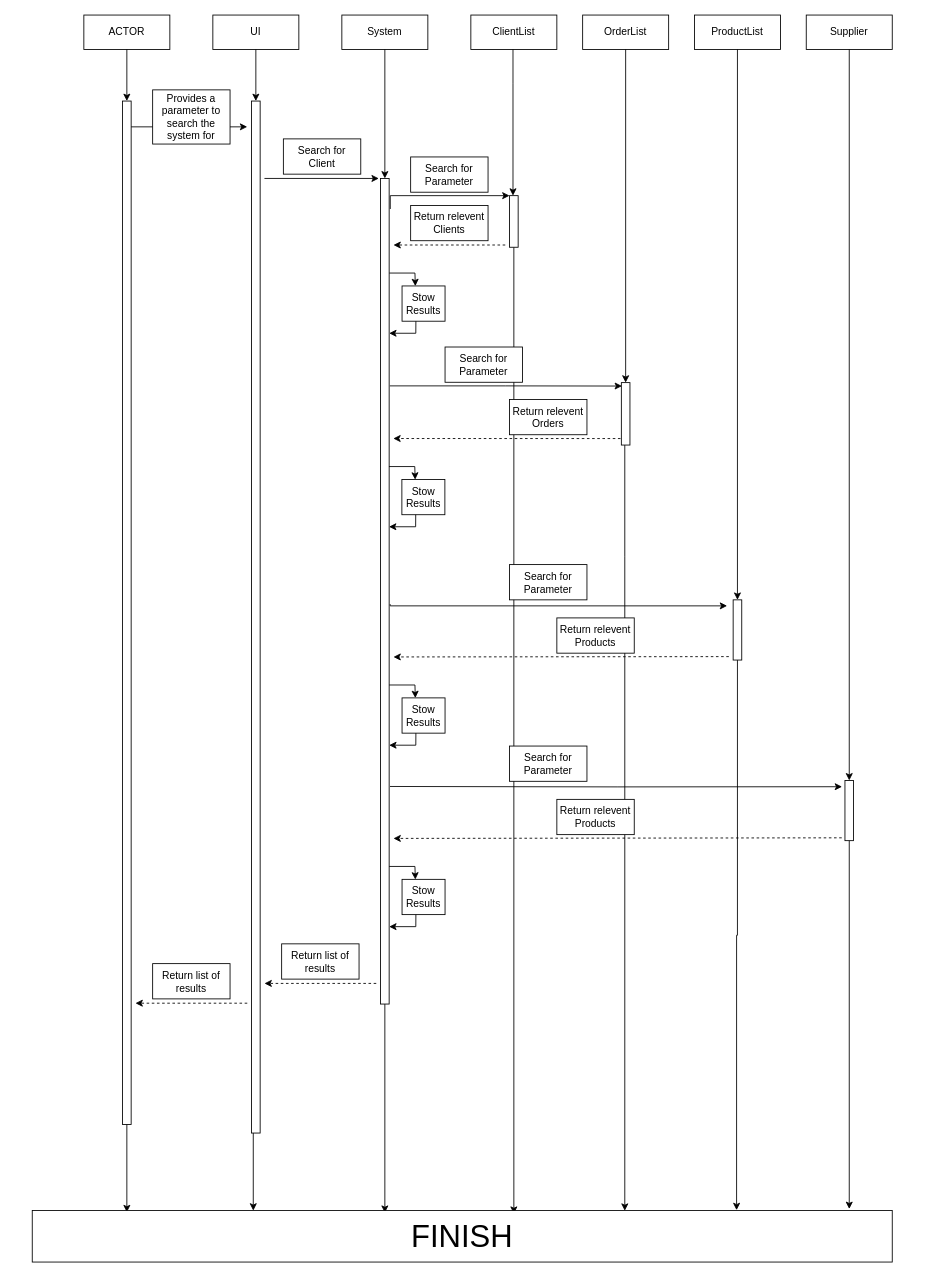
Earlier version of the draw.io diagram Homework/Hw2Feb18/Modify Holds Sequence Diagram.drawio (chrismd2/CSci-430-Group-11). Source tidied: cells renumbered, new cells numbered last; positions are measured from the earlier drawing's top-left corner, leaving out a move shared by most shapes. Both pictures are drawn from the tidied source at 86%, with x=0, y=0 at pixel (32, 15).
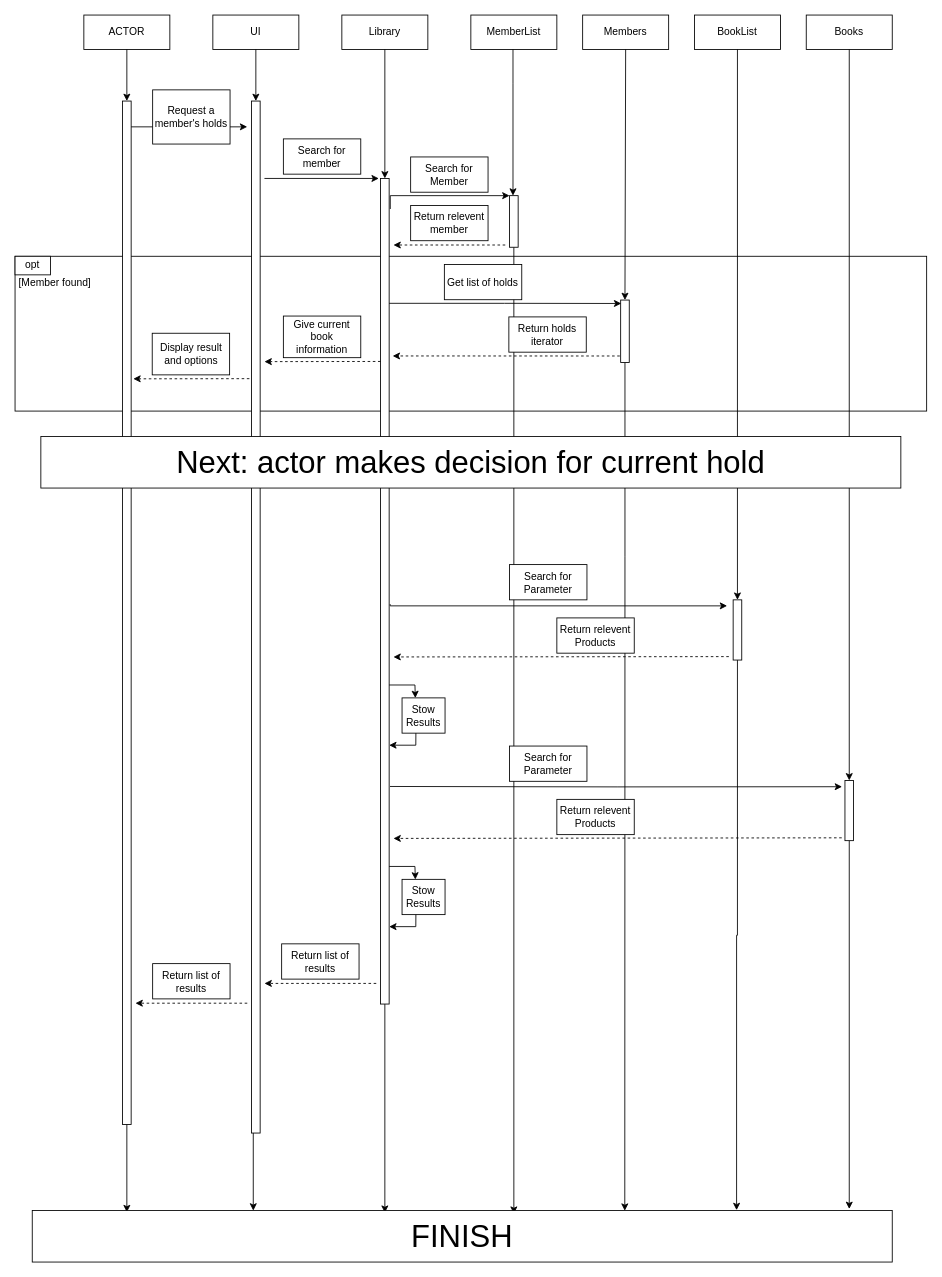
The same diagram, later.

Diff of the diagram source:
```diff
@@
+    <mxCell id="68" style="group;" parent="1" vertex="1">
+      <mxGeometry x="-20" y="280.5" width="1060" height="180" as="geometry" />
+    </mxCell>
+    <mxCell id="69" style="rounded=0;whiteSpace=wrap;html=1;fillColor=#ffffff;strokeColor=#000000;" parent="68" vertex="1">
+      <mxGeometry width="1060" height="180" as="geometry" />
+    </mxCell>
+    <mxCell id="70" value="opt" style="rounded=0;whiteSpace=wrap;html=1;" parent="68" vertex="1">
+      <mxGeometry width="41.2" height="21.6" as="geometry" />
+    </mxCell>
+    <mxCell id="71" value="[Member found]" style="text;html=1;strokeColor=none;fillColor=none;align=center;verticalAlign=middle;whiteSpace=wrap;rounded=0;" parent="68" vertex="1">
+      <mxGeometry y="21.6" width="92.6" height="20" as="geometry" />
+    </mxCell>
     <mxCell id="2" style="endArrow=classic;html=1;dashed=1;exitX=0.5;exitY=0.896;exitDx=0;exitDy=0;exitPerimeter=0;" parent="1" edge="1" source="31">
       <mxGeometry relative="1" as="geometry">
-        <mxPoint x="419.8" y="492.4" as="targetPoint" />
+        <mxPoint x="419.1" y="396.4" as="targetPoint" />
       </mxGeometry>
     </mxCell>
@@
-    <mxCell id="11" value="&lt;div&gt;System&lt;/div&gt;" style="rounded=0;whiteSpace=wrap;html=1;" parent="1" vertex="1">
+    <mxCell id="11" value="&lt;div&gt;Library&lt;/div&gt;" style="rounded=0;whiteSpace=wrap;html=1;" parent="1" vertex="1">
       <mxGeometry x="360" width="100" height="40" as="geometry" />
     </mxCell>
@@
-    <mxCell id="14" style="edgeStyle=none;rounded=0;jettySize=auto;html=1;entryX=0.309;entryY=0.005;entryDx=0;entryDy=0;entryPerimeter=0;" parent="1" edge="1" target="42">
-      <mxGeometry relative="1" as="geometry">
-        <mxPoint x="415" y="300" as="sourcePoint" />
-        <Array as="points">
-          <mxPoint x="445" y="300" />
-        </Array>
-      </mxGeometry>
-    </mxCell>
@@
-    <mxCell id="21" value="Search for Client" style="rounded=0;whiteSpace=wrap;html=1;strokeColor=#000000;" parent="1" vertex="1">
+    <mxCell id="21" value="Search for member" style="rounded=0;whiteSpace=wrap;html=1;strokeColor=#000000;" parent="1" vertex="1">
       <mxGeometry x="292" y="144" width="90" height="41" as="geometry" />
     </mxCell>
@@
-    <mxCell id="24" value="Provides a parameter to search the system for" style="rounded=0;whiteSpace=wrap;html=1;strokeColor=#000000;" parent="1" vertex="1">
+    <mxCell id="24" value="Request a member's holds" style="rounded=0;whiteSpace=wrap;html=1;strokeColor=#000000;" parent="1" vertex="1">
       <mxGeometry x="140" y="87" width="90" height="63" as="geometry" />
     </mxCell>
@@
-    <mxCell id="26" value="&lt;div&gt;ClientList&lt;/div&gt;" style="rounded=0;whiteSpace=wrap;html=1;" parent="1" vertex="1">
+    <mxCell id="26" value="&lt;div&gt;MemberList&lt;/div&gt;" style="rounded=0;whiteSpace=wrap;html=1;" parent="1" vertex="1">
       <mxGeometry x="510" width="100" height="40" as="geometry" />
     </mxCell>
@@
-    <mxCell id="29" value="&lt;div&gt;OrderList&lt;/div&gt;" style="rounded=0;whiteSpace=wrap;html=1;" parent="1" vertex="1">
+    <mxCell id="29" value="&lt;div&gt;Members&lt;/div&gt;" style="rounded=0;whiteSpace=wrap;html=1;" parent="1" vertex="1">
       <mxGeometry x="640" width="100" height="40" as="geometry" />
     </mxCell>
@@
     <mxCell id="31" style="rounded=0;whiteSpace=wrap;html=1;" parent="1" vertex="1">
-      <mxGeometry x="685" y="427.4" width="10" height="72.6" as="geometry" />
+      <mxGeometry x="684.2" y="331.4" width="10" height="72.6" as="geometry" />
     </mxCell>
-    <mxCell id="32" value="&lt;div&gt;ProductList&lt;/div&gt;" style="rounded=0;whiteSpace=wrap;html=1;" parent="1" vertex="1">
+    <mxCell id="32" value="&lt;div&gt;BookList&lt;/div&gt;" style="rounded=0;whiteSpace=wrap;html=1;" parent="1" vertex="1">
       <mxGeometry x="770" width="100" height="40" as="geometry" />
     </mxCell>
@@
-    <mxCell id="35" value="&lt;div&gt;Supplier&lt;/div&gt;" style="rounded=0;whiteSpace=wrap;html=1;" parent="1" vertex="1">
+    <mxCell id="35" value="&lt;div&gt;Books&lt;/div&gt;" style="rounded=0;whiteSpace=wrap;html=1;" parent="1" vertex="1">
       <mxGeometry x="900" width="100" height="40" as="geometry" />
     </mxCell>
@@
-    <mxCell id="38" value="Search for Parameter" style="rounded=0;whiteSpace=wrap;html=1;strokeColor=#000000;" parent="1" vertex="1">
+    <mxCell id="38" value="Search for Member" style="rounded=0;whiteSpace=wrap;html=1;strokeColor=#000000;" parent="1" vertex="1">
       <mxGeometry x="440" y="165" width="90" height="41" as="geometry" />
     </mxCell>
@@
-    <mxCell id="40" value="Return relevent Clients" style="rounded=0;whiteSpace=wrap;html=1;strokeColor=#000000;" parent="1" vertex="1">
+    <mxCell id="40" value="Return relevent member" style="rounded=0;whiteSpace=wrap;html=1;strokeColor=#000000;" parent="1" vertex="1">
       <mxGeometry x="440" y="221.4" width="90" height="41" as="geometry" />
     </mxCell>
-    <mxCell id="41" style="edgeStyle=none;rounded=0;jettySize=auto;html=1;exitX=0.322;exitY=0.965;exitDx=0;exitDy=0;exitPerimeter=0;" parent="1" edge="1" source="42">
-      <mxGeometry relative="1" as="geometry">
-        <mxPoint x="415" y="370" as="targetPoint" />
-        <Array as="points">
-          <mxPoint x="446" y="370" />
-        </Array>
-      </mxGeometry>
-    </mxCell>
-    <mxCell id="42" value="Stow Results" style="rounded=0;whiteSpace=wrap;html=1;strokeColor=#000000;" parent="1" vertex="1">
-      <mxGeometry x="430" y="315" width="50" height="41" as="geometry" />
-    </mxCell>
@@
-    <mxCell id="44" style="edgeStyle=none;rounded=0;jettySize=auto;html=1;entryX=0.309;entryY=0.005;entryDx=0;entryDy=0;entryPerimeter=0;" parent="1" edge="1" target="49">
-      <mxGeometry relative="1" as="geometry">
-        <mxPoint x="414.8" y="525" as="sourcePoint" />
-        <Array as="points">
-          <mxPoint x="444.8" y="525" />
-        </Array>
-      </mxGeometry>
-    </mxCell>
     <mxCell id="45" style="edgeStyle=orthogonalEdgeStyle;rounded=0;jettySize=auto;html=1;exitX=1.133;exitY=0.037;exitDx=0;exitDy=0;exitPerimeter=0;entryX=0.073;entryY=0.055;entryDx=0;entryDy=0;entryPerimeter=0;" parent="1" edge="1" target="31">
       <mxGeometry relative="1" as="geometry">
-        <mxPoint x="415.8" y="431.2" as="sourcePoint" />
+        <mxPoint x="415" y="335.2" as="sourcePoint" />
         <Array as="points">
-          <mxPoint x="550" y="432" />
+          <mxPoint x="549.2" y="336" />
         </Array>
       </mxGeometry>
     </mxCell>
-    <mxCell id="46" value="Search for Parameter" style="rounded=0;whiteSpace=wrap;html=1;strokeColor=#000000;" parent="1" vertex="1">
-      <mxGeometry x="480" y="386" width="90" height="41" as="geometry" />
+    <mxCell id="46" value="Get list of holds" style="rounded=0;whiteSpace=wrap;html=1;strokeColor=#000000;" parent="1" vertex="1">
+      <mxGeometry x="479.2" y="290" width="90" height="41" as="geometry" />
     </mxCell>
-    <mxCell id="47" value="Return relevent Orders" style="rounded=0;whiteSpace=wrap;html=1;strokeColor=#000000;" parent="1" vertex="1">
-      <mxGeometry x="555" y="447" width="90" height="41" as="geometry" />
+    <mxCell id="47" value="Return holds iterator" style="rounded=0;whiteSpace=wrap;html=1;strokeColor=#000000;" parent="1" vertex="1">
+      <mxGeometry x="554.2" y="351" width="90" height="41" as="geometry" />
     </mxCell>
-    <mxCell id="48" style="edgeStyle=none;rounded=0;jettySize=auto;html=1;exitX=0.322;exitY=0.965;exitDx=0;exitDy=0;exitPerimeter=0;" parent="1" edge="1" source="49">
-      <mxGeometry relative="1" as="geometry">
-        <mxPoint x="414.8" y="595" as="targetPoint" />
-        <Array as="points">
-          <mxPoint x="445.8" y="595" />
-        </Array>
-      </mxGeometry>
-    </mxCell>
-    <mxCell id="49" value="Stow Results" style="rounded=0;whiteSpace=wrap;html=1;strokeColor=#000000;" parent="1" vertex="1">
-      <mxGeometry x="429.8" y="540" width="50" height="41" as="geometry" />
-    </mxCell>
@@
+    <mxCell id="72" style="endArrow=classic;html=1;dashed=1;exitX=0.5;exitY=0.896;exitDx=0;exitDy=0;exitPerimeter=0;" parent="1" edge="1">
+      <mxGeometry relative="1" as="geometry">
+        <mxPoint x="405" y="402.8" as="sourcePoint" />
+        <mxPoint x="270" y="403" as="targetPoint" />
+      </mxGeometry>
+    </mxCell>
+    <mxCell id="73" value="Give current book information" style="rounded=0;whiteSpace=wrap;html=1;strokeColor=#000000;" parent="1" vertex="1">
+      <mxGeometry x="292" y="350" width="90" height="48.4" as="geometry" />
+    </mxCell>
+    <mxCell id="74" style="endArrow=classic;html=1;dashed=1;exitX=0.5;exitY=0.896;exitDx=0;exitDy=0;exitPerimeter=0;" parent="1" edge="1">
+      <mxGeometry relative="1" as="geometry">
+        <mxPoint x="252.5" y="422.8" as="sourcePoint" />
+        <mxPoint x="117.5" y="423" as="targetPoint" />
+      </mxGeometry>
+    </mxCell>
+    <mxCell id="75" value="Display result and options" style="rounded=0;whiteSpace=wrap;html=1;strokeColor=#000000;" parent="1" vertex="1">
+      <mxGeometry x="139.5" y="370" width="90" height="48.4" as="geometry" />
+    </mxCell>
+    <mxCell id="76" value="&lt;span style=&quot;font-size: 36px&quot;&gt;Next: actor makes decision for current hold&lt;br&gt;&lt;/span&gt;" style="rounded=0;whiteSpace=wrap;html=1;fillColor=#ffffff;strokeColor=#000000;" parent="1" vertex="1">
+      <mxGeometry x="10" y="490" width="1000" height="60" as="geometry" />
+    </mxCell>
```
